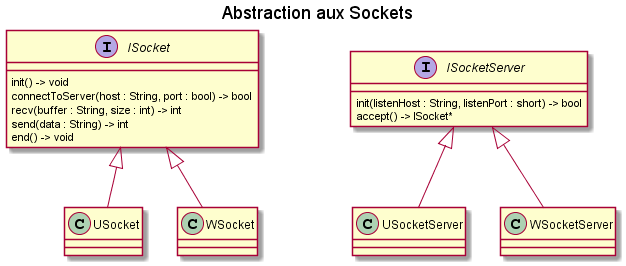
P-Hneutre/cpp_ABSocket keeps this PlantUML diagram as doc-files/dia.svg. Above is the earlier version. The source it was exported from:
```plantuml
@startuml doc-files/dia.svg

title Abstraction aux Sockets

interface ISocket {
	init() -> void
	connectToServer(host : String, port : bool) -> bool
	recv(buffer : String, size : int) -> int
	send(data : String) -> int
	end() -> void
}
interface ISocketServer {
	init(listenHost : String, listenPort : short) -> bool
	accept() -> ISocket*
}

class USocket {

}

class WSocket {

}

class USocketServer {

}

class WSocketServer {

}

ISocket <|-- USocket
ISocket <|-- WSocket

ISocketServer <|-- USocketServer
ISocketServer <|-- WSocketServer

@enduml
```
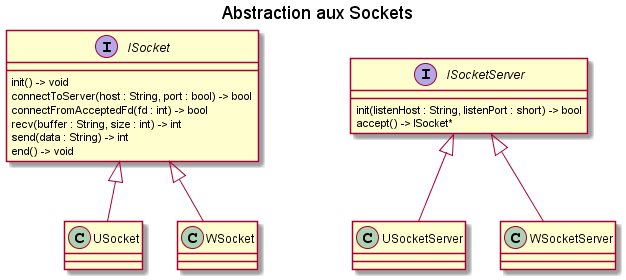
Later version of the same file.

Diff of the diagram source:
```diff
@@ -5,6 +5,7 @@
 interface ISocket {
 	init() -> void
 	connectToServer(host : String, port : bool) -> bool
+	connectFromAcceptedFd(fd : int) -> bool
 	recv(buffer : String, size : int) -> int
 	send(data : String) -> int
 	end() -> void
```
